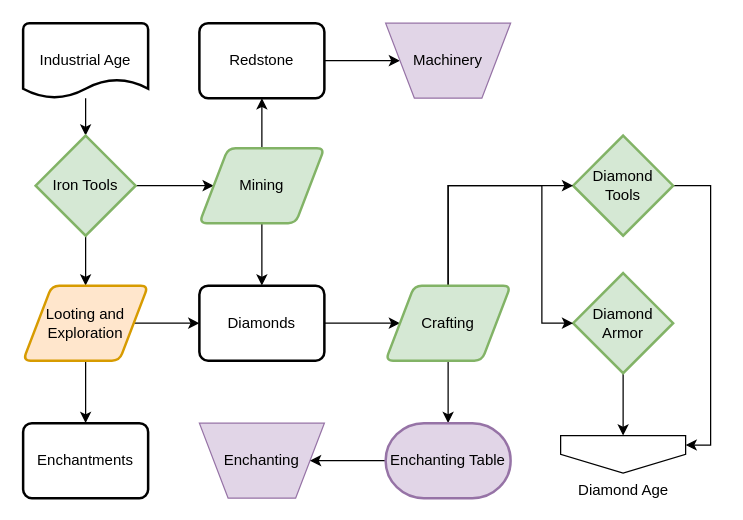
This is page "Industrial Age" (5 of 7) of flowcharts/progression.drawio from MeepishRealms/Cog, a draw.io file, before an edit. Source tidied: cells renumbered, new cells numbered last; positions are measured from the earlier drawing's top-left corner, leaving out a move shared by most shapes. Both pictures are drawn from the tidied source at 125%, with x=0, y=0 at pixel (22, 22).
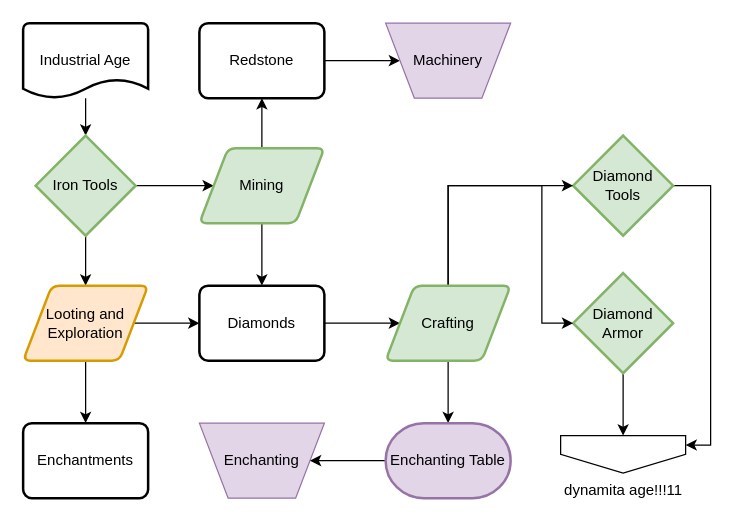
After the change.

The edit, as a diff of the source:
```diff
@@
-    <mxCell id="19" value="Diamond Age" style="verticalLabelPosition=bottom;verticalAlign=top;html=1;shape=offPageConnector;rounded=0;size=0.5;" parent="1" vertex="1">
+    <mxCell id="19" value="dynamita age!!!11" style="verticalLabelPosition=bottom;verticalAlign=top;html=1;shape=offPageConnector;rounded=0;size=0.5;" parent="1" vertex="1">
       <mxGeometry x="430" y="330" width="100" height="30" as="geometry" />
     </mxCell>
```
